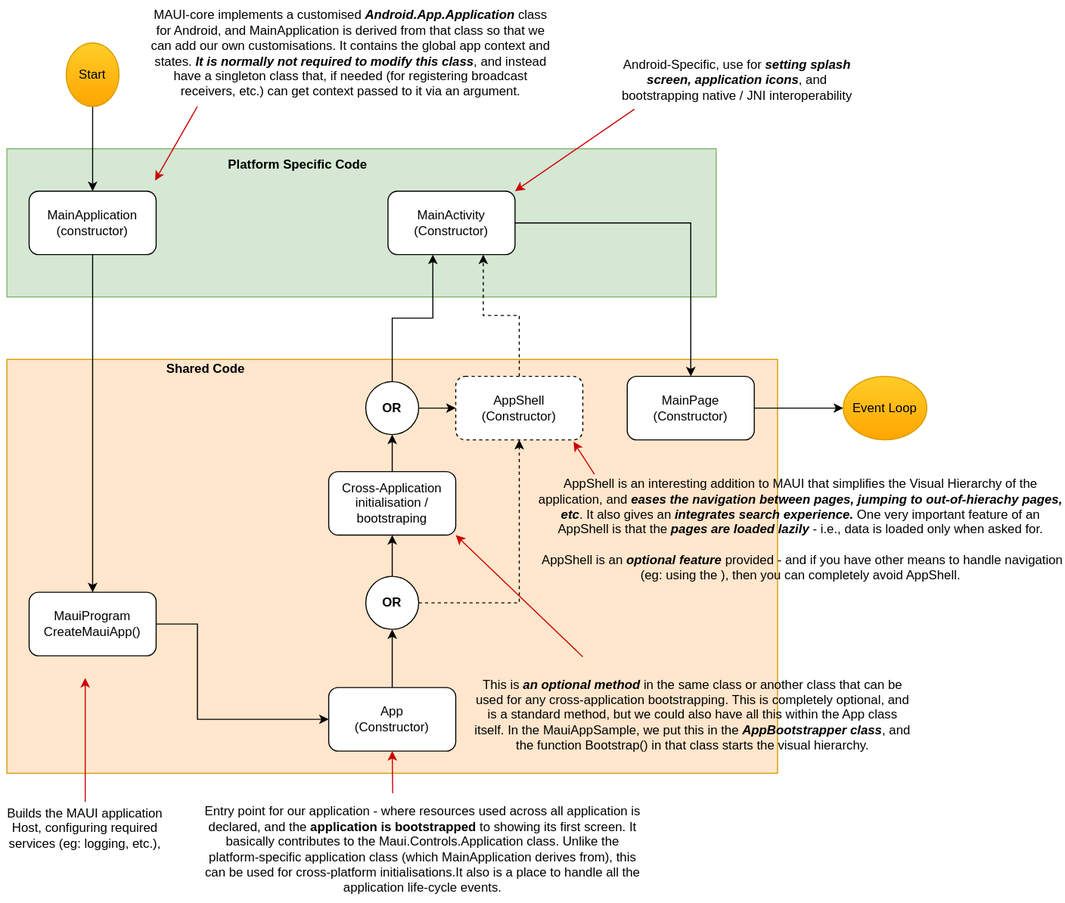
The draw.io diagram img/maui-flow.drawio.svg in arvindd/MauiAppSample, before a commit. Source tidied: cells renumbered, new cells last; positions are measured from the earlier drawing's top-left corner, leaving out a move shared by most shapes.
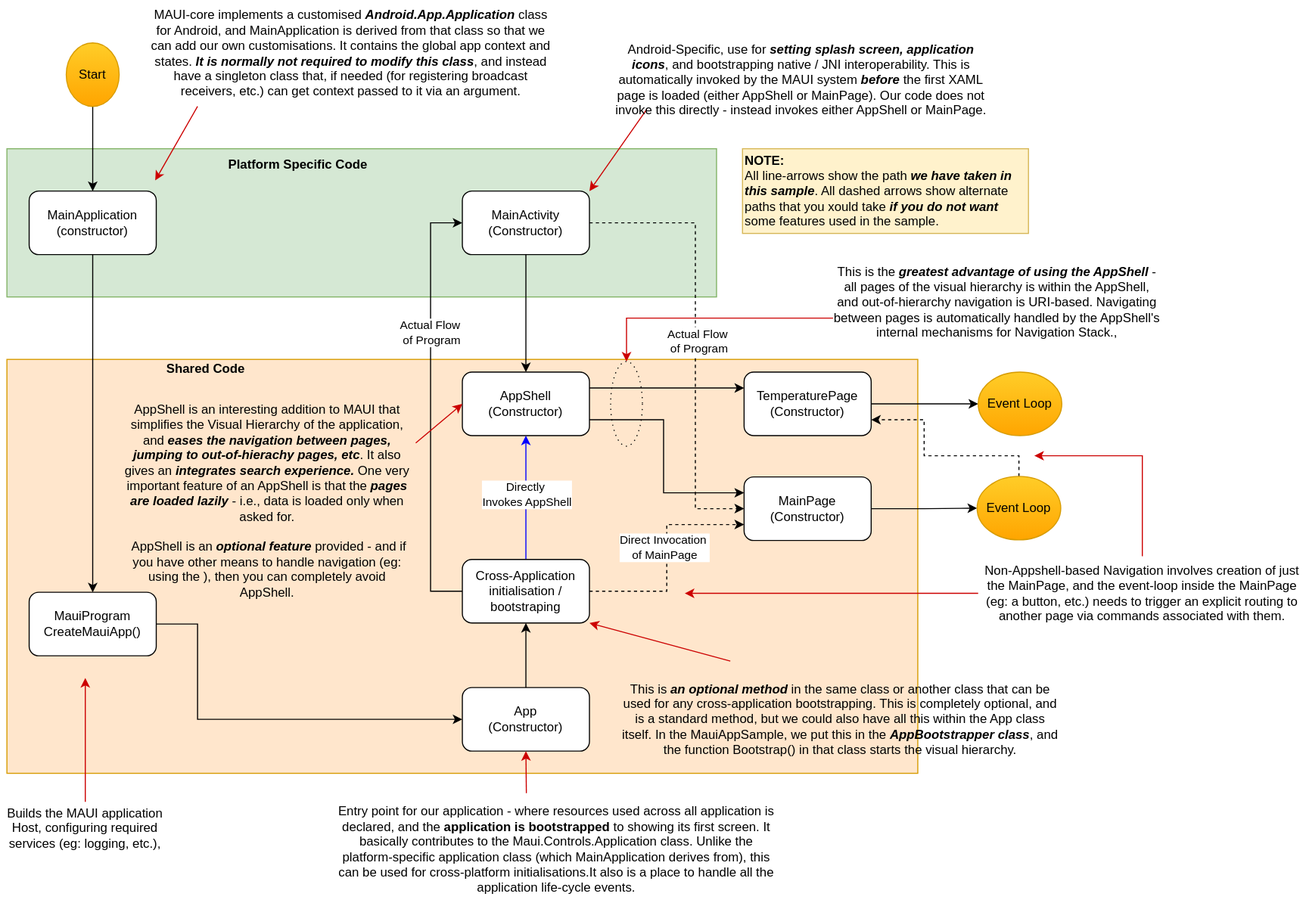
Above is the later version.

Commit message:
Corrected generic flow diagram

Change to the diagram source:
```diff
@@ -1,9 +1,9 @@
-<mxGraphModel>
+<mxGraphModel background="#ffffff">
   <root>
     <mxCell id="0" />
     <mxCell id="1" parent="0" />
     <mxCell id="2" style="rounded=0;whiteSpace=wrap;html=1;fillColor=#ffe6cc;strokeColor=#d79b00;" parent="1" vertex="1">
-      <mxGeometry x="6" y="339" width="728" height="391" as="geometry" />
+      <mxGeometry x="6" y="339" width="860" height="391" as="geometry" />
     </mxCell>
     <mxCell id="3" style="rounded=0;whiteSpace=wrap;html=1;fillColor=#d5e8d4;strokeColor=#82b366;" parent="1" vertex="1">
       <mxGeometry x="6" y="140" width="670" height="140" as="geometry" />
@@ -25,35 +25,42 @@
     <mxCell id="7" value="MauiProgram CreateMauiApp()" style="rounded=1;whiteSpace=wrap;html=1;" parent="1" vertex="1">
       <mxGeometry x="27" y="559" width="120" height="60" as="geometry" />
     </mxCell>
-    <mxCell id="8" style="edgeStyle=orthogonalEdgeStyle;rounded=0;jettySize=auto;html=1;entryX=0.5;entryY=1;entryDx=0;entryDy=0;exitX=0.5;exitY=0;exitDx=0;exitDy=0;" parent="1" edge="1" source="33" target="32">
-      <mxGeometry relative="1" as="geometry" />
-    </mxCell>
-    <mxCell id="9" style="edgeStyle=orthogonalEdgeStyle;rounded=0;jettySize=auto;html=1;exitX=1;exitY=0.5;exitDx=0;exitDy=0;dashed=1;" parent="1" edge="1" source="33" target="13">
-      <mxGeometry relative="1" as="geometry" />
-    </mxCell>
-    <mxCell id="10" style="edgeStyle=orthogonalEdgeStyle;rounded=0;jettySize=auto;html=1;entryX=0.5;entryY=1;entryDx=0;entryDy=0;" parent="1" edge="1" source="11" target="33">
+    <mxCell id="10" style="edgeStyle=orthogonalEdgeStyle;rounded=0;jettySize=auto;html=1;entryX=0.5;entryY=1;entryDx=0;entryDy=0;" parent="1" edge="1" source="11" target="32">
       <mxGeometry relative="1" as="geometry" />
     </mxCell>
     <mxCell id="11" value="App&lt;div&gt;(Constructor)&lt;/div&gt;" style="whiteSpace=wrap;html=1;rounded=1;" parent="1" vertex="1">
-      <mxGeometry x="310" y="649" width="120" height="60" as="geometry" />
+      <mxGeometry x="436" y="649" width="120" height="60" as="geometry" />
     </mxCell>
-    <mxCell id="12" style="edgeStyle=orthogonalEdgeStyle;rounded=0;jettySize=auto;html=1;entryX=0.75;entryY=1;entryDx=0;entryDy=0;dashed=1;" parent="1" edge="1" source="13" target="15">
-      <mxGeometry relative="1" as="geometry" />
-    </mxCell>
+    <mxCell id="41" style="edgeStyle=orthogonalEdgeStyle;rounded=0;jettySize=auto;html=1;entryX=0;entryY=0.25;entryDx=0;entryDy=0;exitX=1;exitY=0.25;exitDx=0;exitDy=0;" parent="1" edge="1" source="13" target="17">
+      <mxGeometry relative="1" as="geometry" />
+    </mxCell>
-    <mxCell id="13" value="AppShell&lt;div&gt;(Constructor)&lt;/div&gt;" style="whiteSpace=wrap;html=1;rounded=1;dashed=1;" parent="1" vertex="1">
-      <mxGeometry x="430" y="355" width="120" height="60" as="geometry" />
+    <mxCell id="13" value="AppShell&lt;div&gt;(Constructor)&lt;/div&gt;" style="whiteSpace=wrap;html=1;rounded=1;" parent="1" vertex="1">
+      <mxGeometry x="436" y="351" width="120" height="60" as="geometry" />
     </mxCell>
-    <mxCell id="14" style="edgeStyle=orthogonalEdgeStyle;rounded=0;jettySize=auto;html=1;" parent="1" edge="1" source="15" target="17">
-      <mxGeometry relative="1" as="geometry" />
-    </mxCell>
+    <mxCell id="42" style="edgeStyle=orthogonalEdgeStyle;rounded=0;jettySize=auto;html=1;entryX=0.5;entryY=0;entryDx=0;entryDy=0;" parent="1" edge="1" source="15" target="13">
+      <mxGeometry relative="1" as="geometry" />
+    </mxCell>
+    <mxCell id="43" style="edgeStyle=orthogonalEdgeStyle;rounded=0;jettySize=auto;html=1;dashed=1;" parent="1" edge="1" source="15" target="53">
+      <mxGeometry relative="1" as="geometry">
+        <Array as="points">
+          <mxPoint x="656" y="210" />
+          <mxPoint x="656" y="480" />
+        </Array>
+      </mxGeometry>
+    </mxCell>
+    <mxCell id="44" value="Actual Flow&lt;div&gt;&amp;nbsp;of Program&lt;/div&gt;" style="edgeLabel;html=1;align=center;verticalAlign=middle;" parent="43" vertex="1">
+      <mxGeometry x="-0.21" y="1" relative="1" as="geometry">
+        <mxPoint y="46" as="offset" />
+      </mxGeometry>
+    </mxCell>
     <mxCell id="15" value="MainActivity&lt;div&gt;(Constructor)&lt;/div&gt;" style="whiteSpace=wrap;html=1;rounded=1;" parent="1" vertex="1">
-      <mxGeometry x="366" y="180" width="120" height="60" as="geometry" />
+      <mxGeometry x="436" y="180" width="120" height="60" as="geometry" />
     </mxCell>
     <mxCell id="16" style="edgeStyle=orthogonalEdgeStyle;rounded=0;jettySize=auto;html=1;entryX=0;entryY=0.5;entryDx=0;entryDy=0;" parent="1" edge="1" source="17" target="22">
       <mxGeometry relative="1" as="geometry" />
     </mxCell>
-    <mxCell id="17" value="MainPage&lt;div&gt;(Constructor)&lt;/div&gt;" style="whiteSpace=wrap;html=1;rounded=1;" parent="1" vertex="1">
-      <mxGeometry x="592" y="355" width="120" height="60" as="geometry" />
+    <mxCell id="17" value="TemperaturePage&lt;div&gt;(Constructor)&lt;/div&gt;" style="whiteSpace=wrap;html=1;rounded=1;" parent="1" vertex="1">
+      <mxGeometry x="702" y="351" width="120" height="60" as="geometry" />
     </mxCell>
     <mxCell id="18" value="Platform Specific Code" style="text;html=1;align=center;verticalAlign=middle;whiteSpace=wrap;rounded=0;fontStyle=1;" parent="1" vertex="1">
       <mxGeometry x="206" y="140" width="150" height="30" as="geometry" />
@@ -68,13 +75,13 @@
       <mxGeometry x="62" y="40" width="50" height="60" as="geometry" />
     </mxCell>
     <mxCell id="22" value="Event Loop" style="ellipse;whiteSpace=wrap;html=1;fillColor=#ffcd28;strokeColor=#d79b00;gradientColor=#ffa500;" parent="1" vertex="1">
-      <mxGeometry x="796" y="355" width="79" height="60" as="geometry" />
+      <mxGeometry x="923" y="351" width="79" height="60" as="geometry" />
     </mxCell>
     <mxCell id="23" style="endArrow=classic;html=1;rounded=0;exitX=0.095;exitY=1.052;exitDx=0;exitDy=0;exitPerimeter=0;entryX=1;entryY=0;entryDx=0;entryDy=0;strokeColor=#CC0000;" parent="1" edge="1" source="24" target="15">
       <mxGeometry relative="1" as="geometry" />
     </mxCell>
-    <mxCell id="24" value="Android-Specific, use for &lt;b&gt;&lt;i&gt;setting splash screen, application icons&lt;/i&gt;&lt;/b&gt;, and bootstrapping native / JNI interoperability" style="text;html=1;align=center;verticalAlign=middle;whiteSpace=wrap;rounded=0;" parent="1" vertex="1">
-      <mxGeometry x="576" y="50" width="240" height="50" as="geometry" />
+    <mxCell id="24" value="Android-Specific, use for &lt;b&gt;&lt;i&gt;setting splash screen, application icons&lt;/i&gt;&lt;/b&gt;, and bootstrapping native / JNI interoperability. This is automatically invoked by the MAUI system &lt;b&gt;&lt;i&gt;before&lt;/i&gt;&lt;/b&gt; the first XAML page is loaded (either AppShell or MainPage). Our code does not invoke this directly - instead invokes either AppShell or MainPage." style="text;html=1;align=center;verticalAlign=middle;whiteSpace=wrap;rounded=0;" parent="1" vertex="1">
+      <mxGeometry x="576" y="50" width="360" height="50" as="geometry" />
     </mxCell>
     <mxCell id="25" value="MAUI-core implements a customised &lt;i&gt;&lt;b&gt;Android.App.Application&lt;/b&gt;&lt;/i&gt; class for Android, and MainApplication is derived from that class so that we can add our own customisations. It contains the global app context and states. &lt;b&gt;&lt;i&gt;It is normally not required to modify this class&lt;/i&gt;&lt;/b&gt;, and instead have a singleton class that, if needed (for registering broadcast receivers, etc.) can get context passed to it via an argument." style="text;html=1;align=center;verticalAlign=middle;whiteSpace=wrap;rounded=0;" parent="1" vertex="1">
       <mxGeometry x="136" width="390" height="100" as="geometry" />
@@ -93,40 +100,112 @@
       </mxGeometry>
     </mxCell>
     <mxCell id="29" value="Entry point for our application - where resources used across all application is declared, and the &lt;b&gt;application is bootstrapped&lt;/b&gt; to showing its first screen. It basically contributes to the Maui.Controls.Application class. Unlike the platform-specific application class (which MainApplication derives from), this can be used for cross-platform initialisations.It also is a place to handle all the application life-cycle events." style="text;html=1;align=center;verticalAlign=middle;whiteSpace=wrap;rounded=0;" parent="1" vertex="1">
-      <mxGeometry x="189" y="750" width="420" height="103" as="geometry" />
+      <mxGeometry x="315" y="750" width="420" height="103" as="geometry" />
     </mxCell>
     <mxCell id="30" style="endArrow=classic;html=1;rounded=0;exitX=0.432;exitY=-0.012;exitDx=0;exitDy=0;exitPerimeter=0;entryX=0.5;entryY=1;entryDx=0;entryDy=0;strokeColor=#CC0000;" parent="1" edge="1" source="29" target="11">
       <mxGeometry relative="1" as="geometry" />
     </mxCell>
-    <mxCell id="31" style="edgeStyle=orthogonalEdgeStyle;rounded=0;jettySize=auto;html=1;entryX=0.5;entryY=1;entryDx=0;entryDy=0;" parent="1" edge="1" source="32" target="35">
-      <mxGeometry relative="1" as="geometry" />
-    </mxCell>
+    <mxCell id="45" style="edgeStyle=orthogonalEdgeStyle;rounded=0;jettySize=auto;html=1;entryX=0;entryY=0.75;entryDx=0;entryDy=0;dashed=1;" parent="1" edge="1" source="32" target="53">
+      <mxGeometry relative="1" as="geometry" />
+    </mxCell>
+    <mxCell id="46" value="Direct Invocation&amp;nbsp;&lt;div&gt;of MainPage&lt;/div&gt;" style="edgeLabel;html=1;align=center;verticalAlign=middle;" parent="45" vertex="1">
+      <mxGeometry x="0.06" y="3" relative="1" as="geometry">
+        <mxPoint y="-5" as="offset" />
+      </mxGeometry>
+    </mxCell>
+    <mxCell id="47" style="edgeStyle=orthogonalEdgeStyle;rounded=0;jettySize=auto;html=1;entryX=0;entryY=0.5;entryDx=0;entryDy=0;" parent="1" edge="1" source="32" target="15">
+      <mxGeometry relative="1" as="geometry">
+        <Array as="points">
+          <mxPoint x="406" y="558" />
+          <mxPoint x="406" y="210" />
+        </Array>
+      </mxGeometry>
+    </mxCell>
+    <mxCell id="48" value="Actual Flow&amp;nbsp;&lt;div&gt;of Program&lt;/div&gt;" style="edgeLabel;html=1;align=center;verticalAlign=middle;" parent="47" vertex="1">
+      <mxGeometry x="0.37" relative="1" as="geometry">
+        <mxPoint y="5" as="offset" />
+      </mxGeometry>
+    </mxCell>
+    <mxCell id="49" style="edgeStyle=orthogonalEdgeStyle;rounded=0;jettySize=auto;html=1;strokeColor=#0000FF;" parent="1" edge="1" source="32" target="13">
+      <mxGeometry relative="1" as="geometry" />
+    </mxCell>
+    <mxCell id="50" value="Directly&amp;nbsp;&lt;div&gt;Invokes AppShell&lt;/div&gt;" style="edgeLabel;html=1;align=center;verticalAlign=middle;" parent="49" vertex="1">
+      <mxGeometry x="0.2" relative="1" as="geometry">
+        <mxPoint y="8" as="offset" />
+      </mxGeometry>
+    </mxCell>
     <mxCell id="32" value="Cross-Application initialisation / bootstraping" style="whiteSpace=wrap;html=1;rounded=1;" parent="1" vertex="1">
-      <mxGeometry x="310" y="445" width="120" height="60" as="geometry" />
+      <mxGeometry x="436" y="528" width="120" height="60" as="geometry" />
     </mxCell>
-    <mxCell id="33" value="OR" style="ellipse;whiteSpace=wrap;html=1;fontStyle=1;" parent="1" vertex="1">
-      <mxGeometry x="345" y="544" width="50" height="50" as="geometry" />
-    </mxCell>
-    <mxCell id="34" style="edgeStyle=orthogonalEdgeStyle;rounded=0;jettySize=auto;html=1;entryX=0;entryY=0.5;entryDx=0;entryDy=0;" parent="1" edge="1" source="35" target="13">
-      <mxGeometry relative="1" as="geometry" />
-    </mxCell>
-    <mxCell id="35" value="OR" style="ellipse;whiteSpace=wrap;html=1;fontStyle=1;" parent="1" vertex="1">
-      <mxGeometry x="345" y="360" width="50" height="50" as="geometry" />
-    </mxCell>
-    <mxCell id="36" style="edgeStyle=orthogonalEdgeStyle;rounded=0;jettySize=auto;html=1;entryX=0.353;entryY=1;entryDx=0;entryDy=0;entryPerimeter=0;" parent="1" edge="1" source="35" target="15">
-      <mxGeometry relative="1" as="geometry" />
-    </mxCell>
     <mxCell id="37" value="This is &lt;b&gt;&lt;i&gt;an optional method&lt;/i&gt;&lt;/b&gt; in the same class or another class that can be used for any cross-application bootstrapping. This is completely optional, and is a standard method, but we could also have all this within the App class itself. In the MauiAppSample, we put this in the &lt;b&gt;&lt;i&gt;AppBootstrapper class&lt;/i&gt;&lt;/b&gt;, and the function Bootstrap() in that class starts the visual hierarchy." style="text;html=1;align=center;verticalAlign=middle;whiteSpace=wrap;rounded=0;" parent="1" vertex="1">
-      <mxGeometry x="446" y="620" width="416" height="110" as="geometry" />
+      <mxGeometry x="585" y="624" width="416" height="110" as="geometry" />
     </mxCell>
     <mxCell id="38" style="endArrow=classic;html=1;rounded=0;entryX=1;entryY=1;entryDx=0;entryDy=0;exitX=0.25;exitY=0;exitDx=0;exitDy=0;strokeColor=#CC0000;" parent="1" edge="1" source="37" target="32">
       <mxGeometry relative="1" as="geometry" />
     </mxCell>
     <mxCell id="39" value="AppShell is an interesting addition to MAUI that simplifies the Visual Hierarchy of the application, and &lt;b&gt;&lt;i&gt;eases the navigation between pages, jumping to out-of-hierachy pages, etc&lt;/i&gt;&lt;/b&gt;. It also gives an &lt;b style=&quot;font-style: italic;&quot;&gt;integrates search experience. &lt;/b&gt;One very important feature of an AppShell is that the &lt;b&gt;&lt;i&gt;pages are loaded lazily&lt;/i&gt;&lt;/b&gt; - i.e., data is loaded only when asked for.&lt;div&gt;&lt;br&gt;&lt;div&gt;&amp;nbsp;AppShell is an &lt;b&gt;&lt;i&gt;optional feature&lt;/i&gt;&lt;/b&gt; provided - and if you have other means to handle navigation (eg: using the ), then you can completely avoid AppShell.&lt;/div&gt;&lt;/div&gt;" style="text;html=1;align=center;verticalAlign=middle;whiteSpace=wrap;rounded=0;" parent="1" vertex="1">
-      <mxGeometry x="506" y="445" width="500" height="110" as="geometry" />
+      <mxGeometry x="112" y="418" width="280" height="110" as="geometry" />
     </mxCell>
-    <mxCell id="40" style="endArrow=classic;html=1;rounded=0;entryX=0.927;entryY=1.03;entryDx=0;entryDy=0;entryPerimeter=0;exitX=0.11;exitY=0.023;exitDx=0;exitDy=0;strokeColor=#CC0000;exitPerimeter=0;" parent="1" edge="1" source="39" target="13">
+    <mxCell id="40" style="endArrow=classic;html=1;rounded=0;entryX=0;entryY=0.5;entryDx=0;entryDy=0;exitX=1;exitY=0;exitDx=0;exitDy=0;strokeColor=#CC0000;" parent="1" edge="1" source="39" target="13">
       <mxGeometry relative="1" as="geometry" />
     </mxCell>
+    <mxCell id="51" value="&lt;b&gt;NOTE:&lt;/b&gt;&lt;div&gt;All line-arrows show the path &lt;b&gt;&lt;i&gt;we have taken in this sample&lt;/i&gt;&lt;/b&gt;. All dashed arrows show alternate paths that you xould take &lt;b&gt;&lt;i&gt;if you do not want&lt;/i&gt;&lt;/b&gt; some features used in the sample.&lt;/div&gt;" style="text;html=1;align=left;verticalAlign=middle;whiteSpace=wrap;rounded=0;fillColor=#fff2cc;strokeColor=#d6b656;" parent="1" vertex="1">
+      <mxGeometry x="700.5" y="140" width="270" height="80" as="geometry" />
+    </mxCell>
+    <mxCell id="52" style="edgeStyle=orthogonalEdgeStyle;rounded=0;jettySize=auto;html=1;entryX=0;entryY=0.5;entryDx=0;entryDy=0;" parent="1" edge="1" source="53" target="55">
+      <mxGeometry relative="1" as="geometry" />
+    </mxCell>
+    <mxCell id="53" value="MainPage&lt;div&gt;(Constructor)&lt;/div&gt;" style="whiteSpace=wrap;html=1;rounded=1;" parent="1" vertex="1">
+      <mxGeometry x="702" y="450" width="120" height="60" as="geometry" />
+    </mxCell>
+    <mxCell id="54" style="edgeStyle=orthogonalEdgeStyle;rounded=0;jettySize=auto;html=1;entryX=1;entryY=0.75;entryDx=0;entryDy=0;dashed=1;" parent="1" edge="1" source="55" target="17">
+      <mxGeometry relative="1" as="geometry">
+        <Array as="points">
+          <mxPoint x="962" y="430" />
+          <mxPoint x="872" y="430" />
+          <mxPoint x="872" y="396" />
+        </Array>
+      </mxGeometry>
+    </mxCell>
+    <mxCell id="55" value="Event Loop" style="ellipse;whiteSpace=wrap;html=1;fillColor=#ffcd28;strokeColor=#d79b00;gradientColor=#ffa500;" parent="1" vertex="1">
+      <mxGeometry x="922" y="449.5" width="79" height="60" as="geometry" />
+    </mxCell>
+    <mxCell id="56" style="endArrow=classic;html=1;rounded=0;exitX=1;exitY=0.75;exitDx=0;exitDy=0;entryX=0;entryY=0.25;entryDx=0;entryDy=0;" parent="1" edge="1" source="13" target="53">
+      <mxGeometry relative="1" as="geometry">
+        <Array as="points">
+          <mxPoint x="626" y="396" />
+          <mxPoint x="626" y="465" />
+        </Array>
+      </mxGeometry>
+    </mxCell>
+    <mxCell id="57" style="edgeStyle=orthogonalEdgeStyle;rounded=0;jettySize=auto;html=1;entryX=0.5;entryY=0;entryDx=0;entryDy=0;strokeColor=#CC0000;" parent="1" edge="1" source="58" target="59">
+      <mxGeometry relative="1" as="geometry">
+        <Array as="points">
+          <mxPoint x="591" y="300" />
+        </Array>
+      </mxGeometry>
+    </mxCell>
+    <mxCell id="58" value="This is the &lt;b&gt;&lt;i&gt;greatest advantage of using the AppShell&lt;/i&gt;&lt;/b&gt; - all pages of the visual hierarchy is within the AppShell, and out-of-hierarchy navigation is URI-based. Navigating between pages is automatically handled by the AppShell's internal mechanisms for Navigation Stack.," style="text;html=1;align=center;verticalAlign=middle;whiteSpace=wrap;rounded=0;" parent="1" vertex="1">
+      <mxGeometry x="786" y="250" width="310" height="70" as="geometry" />
+    </mxCell>
+    <mxCell id="59" style="ellipse;whiteSpace=wrap;html=1;fillColor=none;dashed=1;dashPattern=1 4;" parent="1" vertex="1">
+      <mxGeometry x="576" y="341" width="30" height="80" as="geometry" />
+    </mxCell>
+    <mxCell id="60" style="edgeStyle=orthogonalEdgeStyle;rounded=0;jettySize=auto;html=1;strokeColor=#CC0000;" parent="1" edge="1" source="62">
+      <mxGeometry relative="1" as="geometry">
+        <mxPoint x="976" y="430" as="targetPoint" />
+        <Array as="points">
+          <mxPoint x="1078" y="430" />
+        </Array>
+      </mxGeometry>
+    </mxCell>
+    <mxCell id="61" style="edgeStyle=orthogonalEdgeStyle;rounded=0;jettySize=auto;html=1;strokeColor=#CC0000;" parent="1" edge="1" source="62">
+      <mxGeometry relative="1" as="geometry">
+        <mxPoint x="646" y="560" as="targetPoint" />
+      </mxGeometry>
+    </mxCell>
+    <mxCell id="62" value="Non-Appshell-based Navigation involves creation of just the MainPage, and the event-loop inside the MainPage (eg: a button, etc.) needs to trigger an explicit routing to another page via commands associated with them." style="text;html=1;align=center;verticalAlign=middle;whiteSpace=wrap;rounded=0;" parent="1" vertex="1">
+      <mxGeometry x="923" y="525" width="310" height="70" as="geometry" />
+    </mxCell>
   </root>
 </mxGraphModel>
```
